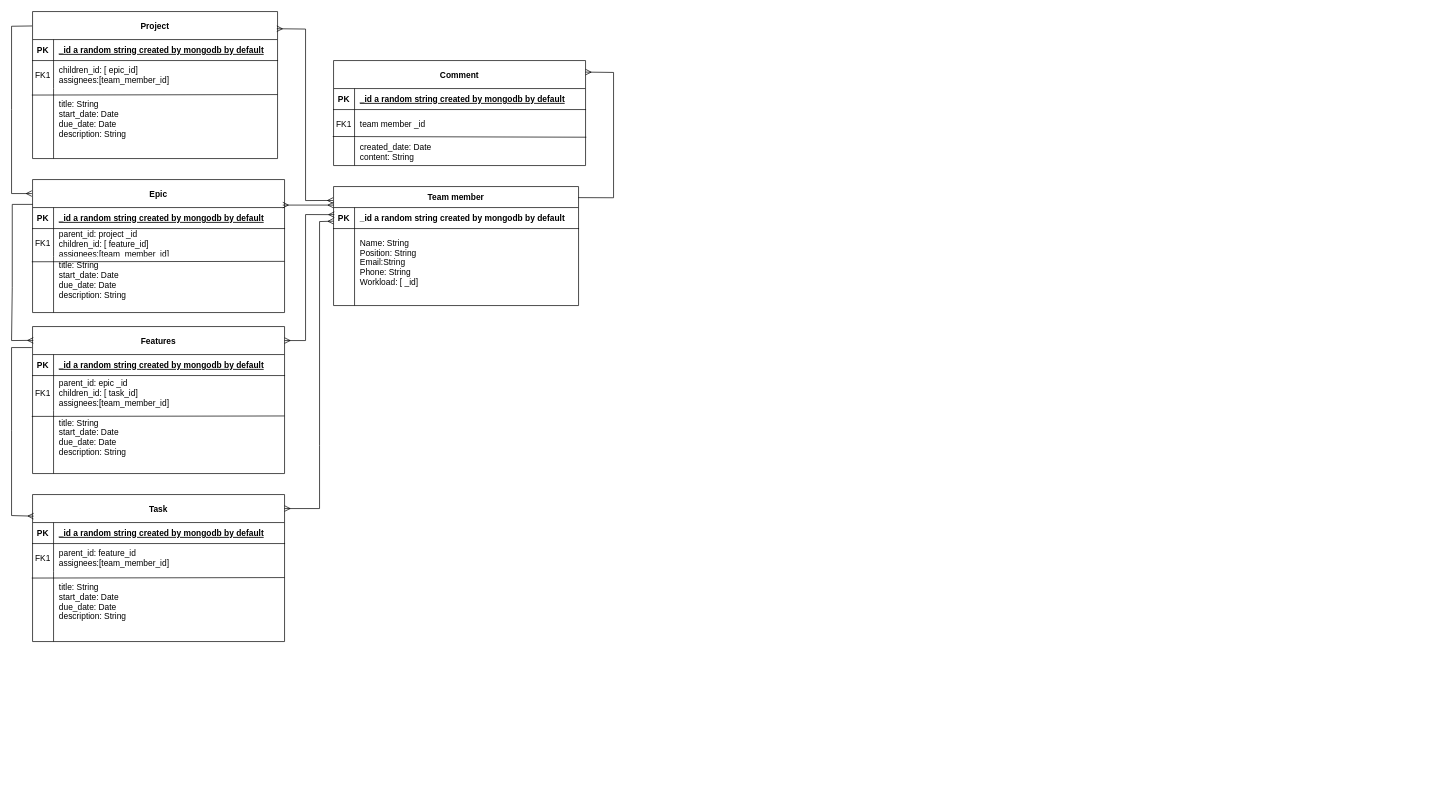
Earlier version of the draw.io diagram Untitled Diagram.drawio (WenyiSun520/shawk-solution-task-management-system). Source tidied: cells renumbered, new cells numbered last; positions are measured from the earlier drawing's top-left corner, leaving out a move shared by most shapes. Both pictures are drawn from the tidied source at 70%, with x=0, y=0 at pixel (11, 11).
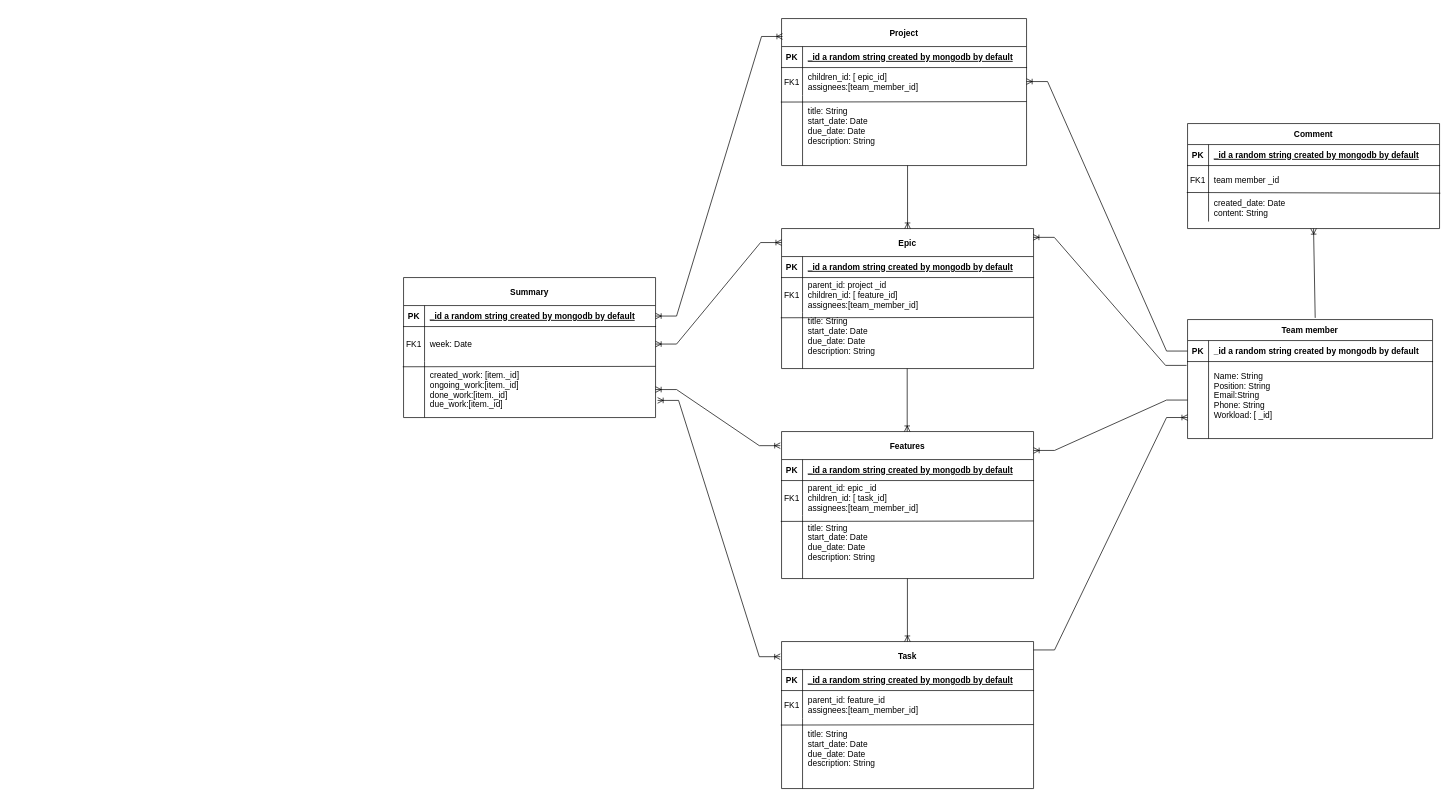
Above is the later version.

Commit message:
ShawkSolutionTMS-database-diagram

Unchanged cells that the change refers to:
```xml
<mxCell id="14" style="shape=partialRectangle;fillColor=none;points=[[0,0.5],[1,0.5]];portConstraint=eastwest;top=0;left=0;right=0;bottom=1;" parent="13" vertex="1">
  <mxGeometry y="30" width="350" height="30" as="geometry" />
</mxCell>
<mxCell id="17" style="shape=partialRectangle;fillColor=none;points=[[0,0.5],[1,0.5]];portConstraint=eastwest;top=0;left=0;right=0;bottom=0;" parent="13" vertex="1">
  <mxGeometry y="60" width="350" height="110" as="geometry" />
</mxCell>
<mxCell id="21" style="shape=partialRectangle;fillColor=none;points=[[0,0.5],[1,0.5]];portConstraint=eastwest;top=0;left=0;right=0;bottom=1;" parent="20" vertex="1">
  <mxGeometry y="40" width="360" height="30" as="geometry" />
</mxCell>
<mxCell id="57" style="shape=partialRectangle;fillColor=none;points=[[0,0.5],[1,0.5]];portConstraint=eastwest;top=0;left=0;right=0;bottom=0;" parent="53" vertex="1">
  <mxGeometry y="70" width="350" height="40" as="geometry" />
</mxCell>
```

What changed in the source:
```diff
@@
-    <mxCell id="2" value="Comment" style="shape=table;startSize=40;childLayout=tableLayout;rowLines=0;fontStyle=1;align=center;" parent="1" vertex="1">
-      <mxGeometry x="460" y="70" width="360" height="150" as="geometry" />
+    <mxCell id="2" value="Comment" style="shape=table;startSize=30;childLayout=tableLayout;rowLines=0;fontStyle=1;align=center;" parent="1" vertex="1">
+      <mxGeometry x="1680" y="160" width="360" height="150" as="geometry" />
     </mxCell>
     <mxCell id="3" style="shape=partialRectangle;fillColor=none;top=0;left=0;right=0;bottom=1;" parent="2" vertex="1">
-      <mxGeometry y="40" width="360" height="30" as="geometry" />
+      <mxGeometry y="30" width="360" height="30" as="geometry" />
     </mxCell>
@@
     <mxCell id="6" style="shape=partialRectangle;fillColor=none;points=[[0,0.5],[1,0.5]];portConstraint=eastwest;top=0;left=0;right=0;bottom=0;" parent="2" vertex="1">
-      <mxGeometry y="70" width="360" height="40" as="geometry" />
+      <mxGeometry y="60" width="360" height="40" as="geometry" />
     </mxCell>
@@
     <mxCell id="9" style="shape=partialRectangle;fillColor=none;top=0;left=0;right=0;bottom=0;" parent="2" vertex="1">
-      <mxGeometry y="110" width="360" height="40" as="geometry" />
+      <mxGeometry y="100" width="360" height="40" as="geometry" />
     </mxCell>
@@
     <mxCell id="13" value="Team member" style="shape=table;startSize=30;childLayout=tableLayout;rowLines=0;fontStyle=1;align=center;" parent="1" vertex="1">
-      <mxGeometry x="460" y="250" width="350" height="170" as="geometry" />
+      <mxGeometry x="1680" y="440" width="350" height="170" as="geometry" />
     </mxCell>
@@
     <mxCell id="20" value="Epic" style="shape=table;startSize=40;childLayout=tableLayout;rowLines=0;fontStyle=1;align=center;" parent="1" vertex="1">
-      <mxGeometry x="30" y="240" width="360" height="190" as="geometry" />
+      <mxGeometry x="1100" y="310" width="360" height="200" as="geometry" />
     </mxCell>
@@
     <mxCell id="24" style="shape=partialRectangle;fillColor=none;top=0;left=0;right=0;bottom=0;" parent="20" vertex="1">
-      <mxGeometry y="70" width="360" height="40" as="geometry" />
+      <mxGeometry y="70" width="360" height="50" as="geometry" />
     </mxCell>
     <mxCell id="25" value="FK1" style="shape=partialRectangle;overflow=hidden;fillColor=none;top=0;left=0;bottom=0;right=0;" parent="24" vertex="1">
-      <mxGeometry width="30" height="40" as="geometry" />
+      <mxGeometry width="30" height="50" as="geometry" />
     </mxCell>
     <mxCell id="26" value="parent_id: project _id&#10;children_id: [ feature_id]&#10;assignees:[team_member_id]" style="shape=partialRectangle;overflow=hidden;fillColor=none;top=0;left=0;bottom=0;right=0;align=left;spacingLeft=6;" parent="24" vertex="1">
-      <mxGeometry x="30" width="330" height="40" as="geometry" />
+      <mxGeometry x="30" width="330" height="50" as="geometry" />
     </mxCell>
@@
     <mxCell id="28" style="shape=partialRectangle;fillColor=none;points=[[0,0.5],[1,0.5]];portConstraint=eastwest;top=0;left=0;right=0;bottom=0;" parent="20" vertex="1">
-      <mxGeometry y="110" width="360" height="80" as="geometry" />
+      <mxGeometry y="120" width="360" height="80" as="geometry" />
     </mxCell>
@@
     <mxCell id="31" value="Task" style="shape=table;startSize=40;childLayout=tableLayout;rowLines=0;fontStyle=1;align=center;" parent="1" vertex="1">
-      <mxGeometry x="30" y="690" width="360" height="210" as="geometry" />
+      <mxGeometry x="1100" y="900" width="360" height="210" as="geometry" />
     </mxCell>
@@
     <mxCell id="42" value="Features" style="shape=table;startSize=40;childLayout=tableLayout;rowLines=0;fontStyle=1;align=center;" parent="1" vertex="1">
-      <mxGeometry x="30" y="450" width="360" height="210" as="geometry" />
+      <mxGeometry x="1100" y="600" width="360" height="210" as="geometry" />
     </mxCell>
@@
     <mxCell id="53" value="Project" style="shape=table;startSize=40;childLayout=tableLayout;rowLines=0;fontStyle=1;align=center;" parent="1" vertex="1">
-      <mxGeometry x="30" width="350" height="210" as="geometry" />
+      <mxGeometry x="1100" y="10" width="350" height="210" as="geometry" />
     </mxCell>
@@
-    <mxCell id="64" style="endArrow=none;html=1;rounded=0;entryX=-0.002;entryY=0.098;entryDx=0;entryDy=0;entryPerimeter=0;endFill=0;startArrow=ERmany;startFill=0;" parent="1" edge="1" target="53">
-      <mxGeometry relative="1" as="geometry">
-        <mxPoint x="29" y="260" as="sourcePoint" />
-        <Array as="points">
-          <mxPoint y="260" />
-          <mxPoint y="140" />
-          <mxPoint y="21" />
-        </Array>
-      </mxGeometry>
-    </mxCell>
-    <mxCell id="65" style="endArrow=none;html=1;rounded=0;entryX=-0.002;entryY=0.098;entryDx=0;entryDy=0;entryPerimeter=0;endFill=0;startArrow=ERmany;startFill=0;exitX=0.003;exitY=0.094;exitDx=0;exitDy=0;exitPerimeter=0;" parent="1" edge="1" source="42">
-      <mxGeometry relative="1" as="geometry">
-        <mxPoint x="30" y="275.5" as="targetPoint" />
-        <Array as="points">
-          <mxPoint y="470" />
-          <mxPoint x="1" y="394.5" />
-          <mxPoint x="1" y="275.5" />
-        </Array>
-      </mxGeometry>
-    </mxCell>
-    <mxCell id="66" style="endArrow=none;html=1;rounded=0;entryX=-0.002;entryY=0.098;entryDx=0;entryDy=0;entryPerimeter=0;endFill=0;startArrow=ERmany;startFill=0;exitX=0.004;exitY=0.147;exitDx=0;exitDy=0;exitPerimeter=0;" parent="1" edge="1" source="31">
-      <mxGeometry relative="1" as="geometry">
-        <mxPoint x="29" y="480" as="targetPoint" />
-        <Array as="points">
-          <mxPoint y="720" />
-          <mxPoint y="599" />
-          <mxPoint y="480" />
-        </Array>
-      </mxGeometry>
-    </mxCell>
-    <mxCell id="67" style="endArrow=ERmany;html=1;rounded=0;entryX=0.997;entryY=0.117;entryDx=0;entryDy=0;entryPerimeter=0;startArrow=ERmany;startFill=0;endFill=0;exitX=-0.002;exitY=0.117;exitDx=0;exitDy=0;exitPerimeter=0;" parent="1" edge="1" source="13" target="53">
-      <mxGeometry relative="1" as="geometry">
-        <Array as="points">
-          <mxPoint x="420" y="270" />
-          <mxPoint x="420" y="25" />
-        </Array>
-      </mxGeometry>
-    </mxCell>
-    <mxCell id="68" style="endArrow=ERmany;html=1;rounded=0;entryX=0.997;entryY=0.117;entryDx=0;entryDy=0;entryPerimeter=0;startArrow=ERmany;startFill=0;endFill=0;exitX=0.003;exitY=0.338;exitDx=0;exitDy=0;exitPerimeter=0;" parent="1" edge="1" source="14">
-      <mxGeometry relative="1" as="geometry">
-        <mxPoint x="390" y="470" as="targetPoint" />
-        <Array as="points">
-          <mxPoint x="420" y="290" />
-          <mxPoint x="420" y="470" />
-        </Array>
-      </mxGeometry>
-    </mxCell>
-    <mxCell id="69" style="endArrow=ERmany;html=1;rounded=0;entryX=0.997;entryY=0.117;entryDx=0;entryDy=0;entryPerimeter=0;startArrow=ERmany;startFill=0;endFill=0;" parent="1" edge="1" source="14">
-      <mxGeometry relative="1" as="geometry">
-        <mxPoint x="390" y="710" as="targetPoint" />
-        <Array as="points">
-          <mxPoint x="440" y="300" />
-          <mxPoint x="440" y="620" />
-          <mxPoint x="440" y="710" />
-        </Array>
-      </mxGeometry>
-    </mxCell>
-    <mxCell id="70" style="endArrow=ERmany;html=1;rounded=0;entryX=0;entryY=-0.117;entryDx=0;entryDy=0;entryPerimeter=0;exitX=0.993;exitY=-0.117;exitDx=0;exitDy=0;exitPerimeter=0;startArrow=ERmany;startFill=0;endFill=0;" parent="1" edge="1" source="21" target="14">
-      <mxGeometry relative="1" as="geometry" />
-    </mxCell>
-    <mxCell id="71" style="endArrow=none;html=1;rounded=0;entryX=0.999;entryY=0.093;entryDx=0;entryDy=0;entryPerimeter=0;exitX=1;exitY=0.11;exitDx=0;exitDy=0;exitPerimeter=0;endFill=0;startArrow=ERmany;startFill=0;" parent="1" edge="1" source="2" target="13">
-      <mxGeometry relative="1" as="geometry">
-        <Array as="points">
-          <mxPoint x="860" y="87" />
-          <mxPoint x="860" y="266" />
-        </Array>
-      </mxGeometry>
-    </mxCell>
+    <mxCell id="72" value="Summary" style="shape=table;startSize=40;childLayout=tableLayout;rowLines=0;fontStyle=1;align=center;" parent="1" vertex="1">
+      <mxGeometry x="560" y="380" width="360" height="200" as="geometry" />
+    </mxCell>
+    <mxCell id="73" style="shape=partialRectangle;fillColor=none;points=[[0,0.5],[1,0.5]];portConstraint=eastwest;top=0;left=0;right=0;bottom=1;" parent="72" vertex="1">
+      <mxGeometry y="40" width="360" height="30" as="geometry" />
+    </mxCell>
+    <mxCell id="74" value="PK" style="shape=partialRectangle;overflow=hidden;fillColor=none;top=0;left=0;bottom=0;right=0;fontStyle=1;" parent="73" vertex="1">
+      <mxGeometry width="30" height="30" as="geometry" />
+    </mxCell>
+    <mxCell id="75" value="_id a random string created by mongodb by default" style="shape=partialRectangle;overflow=hidden;fillColor=none;top=0;left=0;bottom=0;right=0;align=left;spacingLeft=6;fontStyle=5;" parent="73" vertex="1">
+      <mxGeometry x="30" width="330" height="30" as="geometry" />
+    </mxCell>
+    <mxCell id="76" style="shape=partialRectangle;fillColor=none;points=[[0,0.5],[1,0.5]];portConstraint=eastwest;top=0;left=0;right=0;bottom=0;" parent="72" vertex="1">
+      <mxGeometry y="70" width="360" height="50" as="geometry" />
+    </mxCell>
+    <mxCell id="77" value="FK1" style="shape=partialRectangle;overflow=hidden;fillColor=none;top=0;left=0;bottom=0;right=0;" parent="76" vertex="1">
+      <mxGeometry width="30" height="50" as="geometry" />
+    </mxCell>
+    <mxCell id="78" value="week: Date" style="shape=partialRectangle;overflow=hidden;fillColor=none;top=0;left=0;bottom=0;right=0;align=left;spacingLeft=6;" parent="76" vertex="1">
+      <mxGeometry x="30" width="330" height="50" as="geometry" />
+    </mxCell>
+    <mxCell id="79" style="endArrow=none;html=1;rounded=0;exitX=-0.003;exitY=0.093;exitDx=0;exitDy=0;exitPerimeter=0;entryX=1;entryY=0.086;entryDx=0;entryDy=0;entryPerimeter=0;" parent="72" edge="1" source="80" target="80">
+      <mxGeometry relative="1" as="geometry" />
+    </mxCell>
+    <mxCell id="80" style="shape=partialRectangle;fillColor=none;points=[[0,0.5],[1,0.5]];portConstraint=eastwest;top=0;left=0;right=0;bottom=0;" parent="72" vertex="1">
+      <mxGeometry y="120" width="360" height="80" as="geometry" />
+    </mxCell>
+    <mxCell id="81" style="shape=partialRectangle;overflow=hidden;fillColor=none;top=0;left=0;bottom=0;right=0;" parent="80" vertex="1">
+      <mxGeometry width="30" height="80" as="geometry" />
+    </mxCell>
+    <mxCell id="82" value="created_work: [item._id]&#10;ongoing_work:[item._id]&#10;done_work:[item._id]&#10;due_work:[item._id]" style="shape=partialRectangle;overflow=hidden;fillColor=none;top=0;left=0;bottom=0;right=0;align=left;spacingLeft=6;" parent="80" vertex="1">
+      <mxGeometry x="30" width="330" height="80" as="geometry" />
+    </mxCell>
+    <mxCell id="83" style="endArrow=ERoneToMany;html=1;rounded=0;entryX=0.5;entryY=0;entryDx=0;entryDy=0;endFill=0;" parent="1" edge="1" target="20">
+      <mxGeometry relative="1" as="geometry">
+        <mxPoint x="1280" y="220" as="sourcePoint" />
+      </mxGeometry>
+    </mxCell>
+    <mxCell id="84" style="endArrow=ERoneToMany;html=1;rounded=0;entryX=0.5;entryY=0;entryDx=0;entryDy=0;endFill=0;" parent="1" edge="1">
+      <mxGeometry relative="1" as="geometry">
+        <mxPoint x="1279.5" y="510" as="sourcePoint" />
+        <mxPoint x="1279.5" y="600" as="targetPoint" />
+      </mxGeometry>
+    </mxCell>
+    <mxCell id="85" style="endArrow=ERoneToMany;html=1;rounded=0;entryX=0.5;entryY=0;entryDx=0;entryDy=0;endFill=0;" parent="1" edge="1">
+      <mxGeometry relative="1" as="geometry">
+        <mxPoint x="1279.8" y="810" as="sourcePoint" />
+        <mxPoint x="1279.8" y="900" as="targetPoint" />
+      </mxGeometry>
+    </mxCell>
+    <mxCell id="86" style="edgeStyle=entityRelationEdgeStyle;fontSize=12;html=1;endArrow=none;rounded=0;entryX=0;entryY=0.5;entryDx=0;entryDy=0;exitX=1;exitY=0.5;exitDx=0;exitDy=0;startArrow=ERoneToMany;startFill=0;endFill=0;" parent="1" edge="1" source="57" target="14">
+      <mxGeometry relative="1" as="geometry" />
+    </mxCell>
+    <mxCell id="87" style="edgeStyle=entityRelationEdgeStyle;fontSize=12;html=1;endArrow=none;rounded=0;exitX=0.999;exitY=0.063;exitDx=0;exitDy=0;entryX=-0.004;entryY=0.05;entryDx=0;entryDy=0;entryPerimeter=0;exitPerimeter=0;startArrow=ERoneToMany;startFill=0;endFill=0;" parent="1" edge="1" source="20" target="17">
+      <mxGeometry relative="1" as="geometry" />
+    </mxCell>
+    <mxCell id="88" style="edgeStyle=entityRelationEdgeStyle;fontSize=12;html=1;endArrow=none;rounded=0;exitX=0.999;exitY=0.063;exitDx=0;exitDy=0;exitPerimeter=0;startArrow=ERoneToMany;startFill=0;endFill=0;" parent="1" edge="1" target="17">
+      <mxGeometry relative="1" as="geometry">
+        <mxPoint x="1460" y="627" as="sourcePoint" />
+      </mxGeometry>
+    </mxCell>
+    <mxCell id="89" style="edgeStyle=entityRelationEdgeStyle;fontSize=12;html=1;endArrow=ERoneToMany;rounded=0;exitX=0.999;exitY=0.063;exitDx=0;exitDy=0;exitPerimeter=0;entryX=0;entryY=0.727;entryDx=0;entryDy=0;entryPerimeter=0;startArrow=none;startFill=0;endFill=0;" parent="1" edge="1" target="17">
+      <mxGeometry relative="1" as="geometry">
+        <mxPoint x="1460" y="912" as="sourcePoint" />
+      </mxGeometry>
+    </mxCell>
+    <mxCell id="90" style="endArrow=ERoneToMany;html=1;rounded=0;entryX=0.5;entryY=1;entryDx=0;entryDy=0;endFill=0;exitX=0.521;exitY=-0.014;exitDx=0;exitDy=0;exitPerimeter=0;" parent="1" edge="1" source="13" target="2">
+      <mxGeometry relative="1" as="geometry" />
+    </mxCell>
+    <mxCell id="91" style="edgeStyle=entityRelationEdgeStyle;fontSize=12;html=1;endArrow=ERoneToMany;rounded=0;entryX=0.004;entryY=0.122;entryDx=0;entryDy=0;startArrow=ERoneToMany;startFill=0;endFill=0;entryPerimeter=0;exitX=1;exitY=0.5;exitDx=0;exitDy=0;" parent="1" edge="1" source="73" target="53">
+      <mxGeometry relative="1" as="geometry" />
+    </mxCell>
+    <mxCell id="92" style="edgeStyle=entityRelationEdgeStyle;fontSize=12;html=1;endArrow=ERoneToMany;rounded=0;entryX=0;entryY=0.1;entryDx=0;entryDy=0;startArrow=ERoneToMany;startFill=0;endFill=0;entryPerimeter=0;exitX=1;exitY=0.5;exitDx=0;exitDy=0;" parent="1" edge="1" source="76" target="20">
+      <mxGeometry relative="1" as="geometry" />
+    </mxCell>
+    <mxCell id="93" style="edgeStyle=entityRelationEdgeStyle;fontSize=12;html=1;endArrow=ERoneToMany;rounded=0;entryX=-0.005;entryY=0.096;entryDx=0;entryDy=0;startArrow=ERoneToMany;startFill=0;endFill=0;entryPerimeter=0;" parent="1" edge="1" source="80" target="42">
+      <mxGeometry relative="1" as="geometry" />
+    </mxCell>
+    <mxCell id="94" style="edgeStyle=entityRelationEdgeStyle;fontSize=12;html=1;endArrow=ERoneToMany;rounded=0;entryX=-0.005;entryY=0.103;entryDx=0;entryDy=0;startArrow=ERoneToMany;startFill=0;endFill=0;entryPerimeter=0;exitX=1.008;exitY=0.694;exitDx=0;exitDy=0;exitPerimeter=0;" parent="1" edge="1" source="80" target="31">
+      <mxGeometry relative="1" as="geometry" />
+    </mxCell>
```
